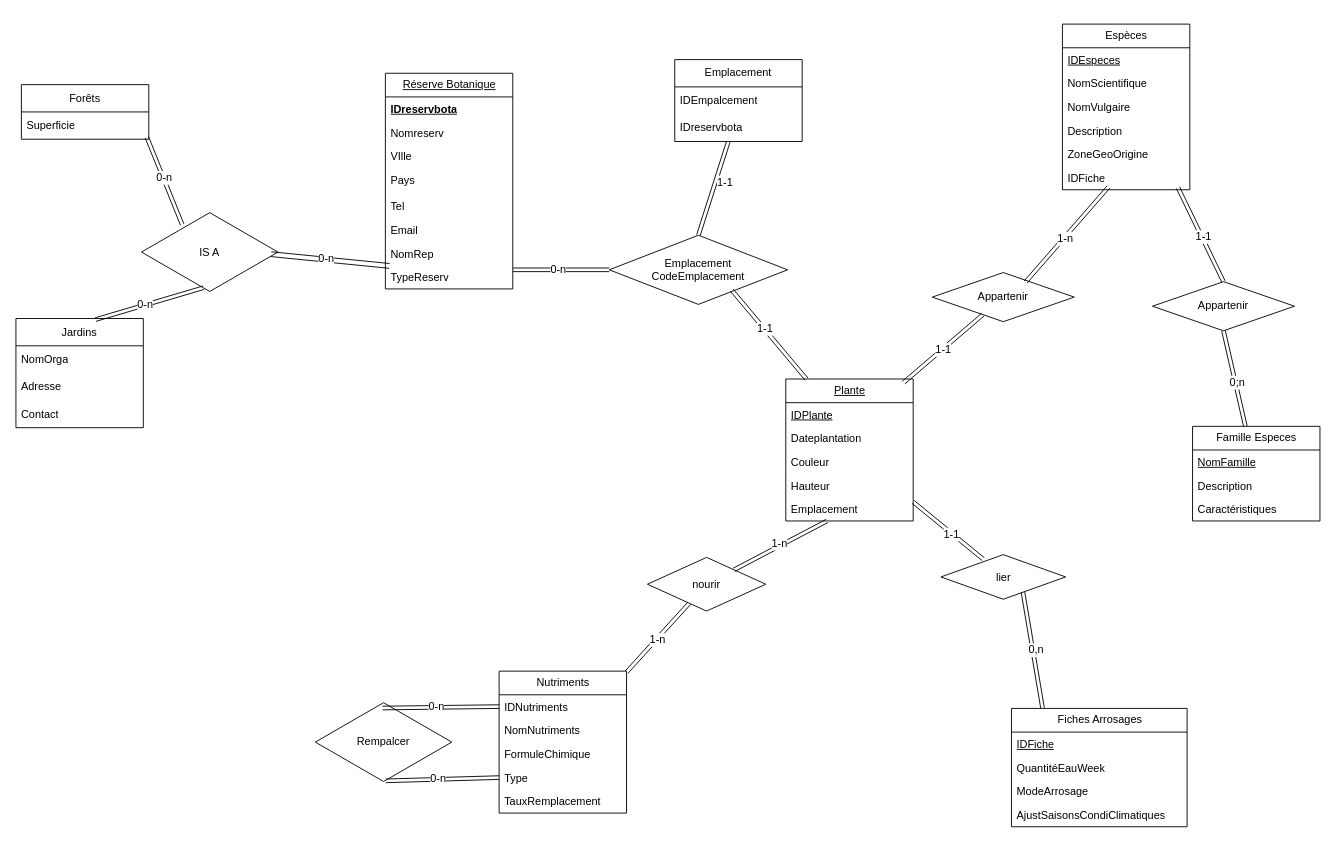
The draw.io diagram SAE3/Untitled Diagram.drawio in korasrar/Work, before the edit. Source tidied: cells renumbered, new cells numbered last; positions are measured from the earlier drawing's top-left corner, leaving out a move shared by most shapes. Both pictures are drawn from the tidied source at 91%, with x=0, y=0 at pixel (15, 24).
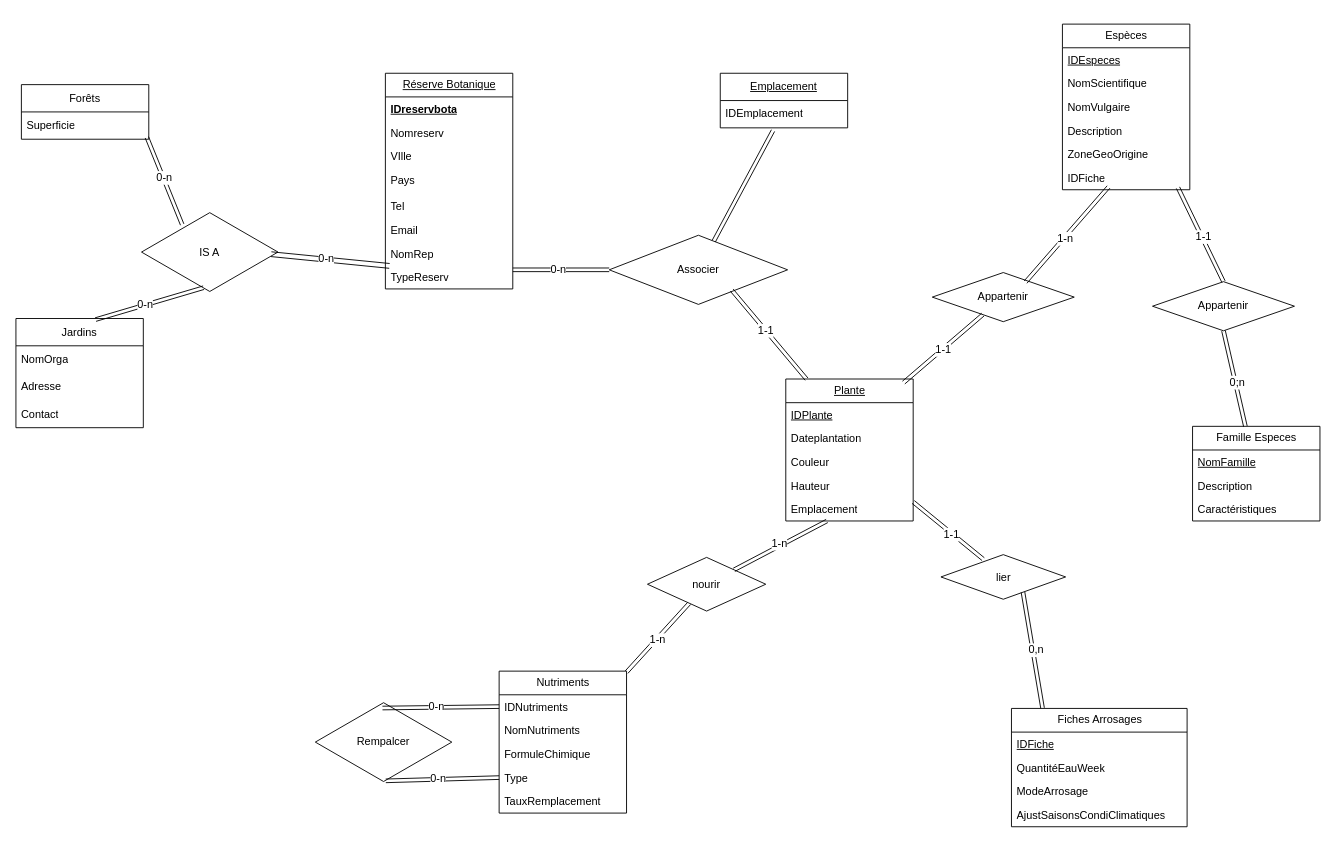
The same diagram, later.

Unchanged cells that the change refers to:
```xml
<mxCell id="43" style="shape=link;html=1;rounded=0;fontSize=12;startSize=8;endSize=8;curved=1;entryX=0.163;entryY=0.001;entryDx=0;entryDy=0;entryPerimeter=0;exitX=0.687;exitY=0.794;exitDx=0;exitDy=0;exitPerimeter=0;" parent="1" edge="1" source="39" target="11">
  <mxGeometry relative="1" as="geometry" />
</mxCell>
```

The edit, as a diff of the source:
```diff
@@
-    <mxCell id="39" value="&lt;div&gt;Emplacement&lt;/div&gt;&lt;div&gt;CodeEmplacement&lt;br&gt;&lt;/div&gt;" style="rhombus;whiteSpace=wrap;html=1;" parent="1" vertex="1">
+    <mxCell id="39" value="&lt;div&gt;Associer&lt;/div&gt;" style="rhombus;whiteSpace=wrap;html=1;" parent="1" vertex="1">
       <mxGeometry x="652" y="232" width="196" height="76" as="geometry" />
     </mxCell>
@@
     <mxCell id="44" value="1-1" style="edgeLabel;html=1;align=center;verticalAlign=middle;fontSize=12;" parent="43" vertex="1">
       <mxGeometry x="-0.29" relative="1" as="geometry">
-        <mxPoint x="7" y="8" as="offset" />
+        <mxPoint x="8" y="10" as="offset" />
       </mxGeometry>
     </mxCell>
@@
-    <mxCell id="65" value="Emplacement" style="swimlane;fontStyle=0;horizontal=1;startSize=30;whiteSpace=wrap;html=1;" parent="1" vertex="1">
-      <mxGeometry x="724" y="39" width="140" height="90" as="geometry" />
-    </mxCell>
-    <mxCell id="66" value="IDEmpalcement" style="text;strokeColor=none;fillColor=none;align=left;verticalAlign=middle;spacingLeft=4;spacingRight=4;overflow=hidden;whiteSpace=wrap;html=1;" parent="65" vertex="1">
-      <mxGeometry y="30" width="140" height="30" as="geometry" />
-    </mxCell>
-    <mxCell id="67" value="IDreservbota" style="text;strokeColor=none;fillColor=none;align=left;verticalAlign=middle;spacingLeft=4;spacingRight=4;overflow=hidden;points=[[0,0.5],[1,0.5]];portConstraint=eastwest;whiteSpace=wrap;html=1;" parent="65" vertex="1">
-      <mxGeometry y="60" width="140" height="30" as="geometry" />
-    </mxCell>
-    <mxCell id="68" style="shape=link;html=1;rounded=0;fontSize=12;startSize=8;endSize=8;curved=1;entryX=0.5;entryY=0;entryDx=0;entryDy=0;exitX=0.42;exitY=1.008;exitDx=0;exitDy=0;exitPerimeter=0;" parent="1" edge="1" source="67" target="39">
-      <mxGeometry relative="1" as="geometry" />
-    </mxCell>
-    <mxCell id="69" value="1-1" style="edgeLabel;html=1;align=center;verticalAlign=middle;fontSize=12;" parent="68" vertex="1">
-      <mxGeometry x="-0.29" relative="1" as="geometry">
-        <mxPoint x="7" y="8" as="offset" />
-      </mxGeometry>
-    </mxCell>
@@
+    <mxCell id="65" value="&lt;u&gt;Emplacement&lt;/u&gt;" style="swimlane;fontStyle=0;horizontal=1;startSize=30;whiteSpace=wrap;html=1;" parent="1" vertex="1">
+      <mxGeometry x="774" y="54" width="140" height="60" as="geometry" />
+    </mxCell>
+    <mxCell id="88" value="IDEmplacement" style="text;strokeColor=none;fillColor=none;align=left;verticalAlign=middle;spacingLeft=4;spacingRight=4;overflow=hidden;points=[[0,0.5],[1,0.5]];portConstraint=eastwest;whiteSpace=wrap;html=1;" parent="65" vertex="1">
+      <mxGeometry y="30" width="140" height="30" as="geometry" />
+    </mxCell>
+    <mxCell id="89" style="shape=link;html=1;entryX=0.414;entryY=1.1;entryDx=0;entryDy=0;entryPerimeter=0;" parent="1" edge="1" source="39" target="88">
+      <mxGeometry relative="1" as="geometry" />
+    </mxCell>
```
